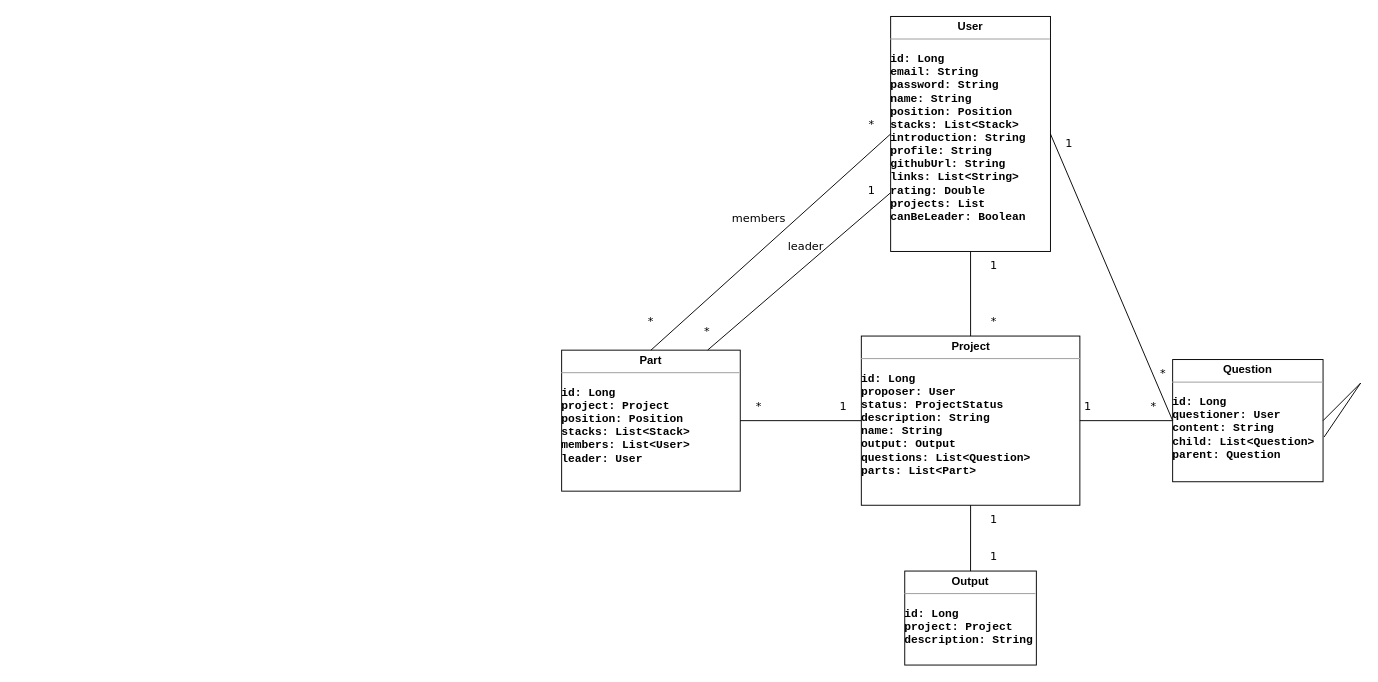
zelo0/cruit keeps this draw.io diagram as Untitled Diagram.drawio. Above is the earlier version. Source tidied: cells renumbered, new cells numbered last; positions are measured from the earlier drawing's top-left corner, leaving out a move shared by most shapes. Both pictures are drawn from the tidied source at 94%, with x=0, y=0 at pixel (561, 16).
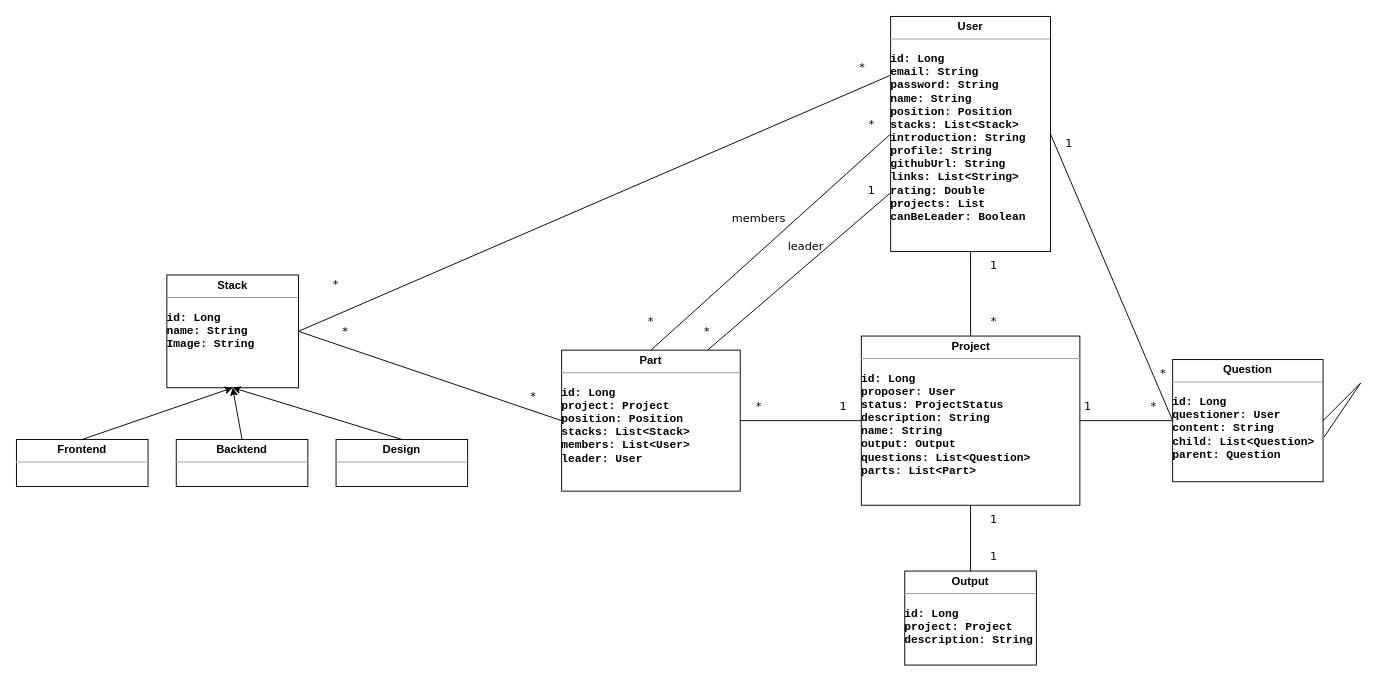
Above is the later version.

Commit message:
add stack table

The change refers to these unchanged cells:
```xml
<mxCell id="2" value="&lt;p style=&quot;margin: 0px ; margin-top: 4px ; text-align: center&quot;&gt;&lt;span&gt;User&lt;/span&gt;&lt;/p&gt;&lt;hr size=&quot;1&quot;&gt;&lt;p&gt;&lt;/p&gt;&lt;pre style=&quot;height: 2px ; line-height: 1.5&quot;&gt;&lt;span&gt;id: Long&lt;/span&gt;&lt;/pre&gt;&lt;pre style=&quot;height: 2px ; line-height: 1.5&quot;&gt;&lt;span&gt;email: String&lt;/span&gt;&lt;/pre&gt;&lt;pre style=&quot;height: 2px ; line-height: 1.5&quot;&gt;&lt;span&gt;password: String&lt;/span&gt;&lt;/pre&gt;&lt;pre style=&quot;height: 2px ; line-height: 1.5&quot;&gt;&lt;span&gt;name: String&lt;/span&gt;&lt;/pre&gt;&lt;pre style=&quot;height: 2px ; line-height: 1.5&quot;&gt;&lt;span&gt;position: Position&lt;/span&gt;&lt;/pre&gt;&lt;pre style=&quot;height: 2px ; line-height: 1.5&quot;&gt;&lt;span&gt;stacks: List&amp;lt;Stack&amp;gt;&lt;/span&gt;&lt;/pre&gt;&lt;pre style=&quot;height: 2px ; line-height: 1.5&quot;&gt;&lt;span&gt;introduction: String&lt;/span&gt;&lt;/pre&gt;&lt;pre style=&quot;height: 2px ; line-height: 1.5&quot;&gt;&lt;span&gt;profile: String&lt;/span&gt;&lt;/pre&gt;&lt;pre style=&quot;height: 2px ; line-height: 1.5&quot;&gt;&lt;span&gt;githubUrl: String&lt;/span&gt;&lt;/pre&gt;&lt;pre style=&quot;height: 2px ; line-height: 1.5&quot;&gt;&lt;span&gt;links: List&amp;lt;String&amp;gt;&lt;/span&gt;&lt;/pre&gt;&lt;pre style=&quot;height: 2px ; line-height: 1.5&quot;&gt;&lt;span&gt;rating: Double&lt;/span&gt;&lt;/pre&gt;&lt;pre style=&quot;height: 2px ; line-height: 1.5&quot;&gt;&lt;span&gt;projects: List&lt;/span&gt;&lt;/pre&gt;&lt;pre style=&quot;height: 2px ; line-height: 1.5&quot;&gt;&lt;span&gt;canBeLeader: Boolean&lt;/span&gt;&lt;/pre&gt;&lt;pre style=&quot;height: 2px ; line-height: 1.5&quot;&gt;&lt;span&gt;&lt;br&gt;&lt;/span&gt;&lt;/pre&gt;&lt;p&gt;&lt;/p&gt;" style="verticalAlign=top;align=left;overflow=fill;fontSize=12;fontFamily=Helvetica;html=1;horizontal=1;rounded=0;sketch=0;spacingLeft=0;labelBackgroundColor=none;labelBorderColor=none;fontStyle=1;spacingBottom=0;spacingRight=0;spacing=2;" parent="1" vertex="1">
  <mxGeometry x="350" width="170" height="250" as="geometry" />
</mxCell>
<mxCell id="19" value="&lt;p style=&quot;margin: 0px ; margin-top: 4px ; text-align: center&quot;&gt;&lt;b&gt;Part&lt;/b&gt;&lt;/p&gt;&lt;hr size=&quot;1&quot;&gt;&lt;p&gt;&lt;/p&gt;&lt;pre style=&quot;height: 2px ; line-height: 1.5&quot;&gt;&lt;b&gt;id: Long&lt;/b&gt;&lt;/pre&gt;&lt;pre style=&quot;height: 2px ; line-height: 1.5&quot;&gt;&lt;b&gt;project: Project&lt;/b&gt;&lt;/pre&gt;&lt;pre style=&quot;height: 2px ; line-height: 1.5&quot;&gt;&lt;b&gt;position: Position&lt;/b&gt;&lt;/pre&gt;&lt;pre style=&quot;height: 2px ; line-height: 1.5&quot;&gt;&lt;b&gt;stacks: List&amp;lt;Stack&amp;gt;&lt;/b&gt;&lt;/pre&gt;&lt;pre style=&quot;height: 2px ; line-height: 1.5&quot;&gt;&lt;b&gt;members: List&amp;lt;User&amp;gt;&lt;/b&gt;&lt;/pre&gt;&lt;pre style=&quot;height: 2px ; line-height: 1.5&quot;&gt;&lt;b&gt;leader: User&lt;/b&gt;&lt;/pre&gt;&lt;p&gt;&lt;/p&gt;" style="verticalAlign=top;align=left;overflow=fill;fontSize=12;fontFamily=Helvetica;html=1;" parent="1" vertex="1">
  <mxGeometry y="355" width="190" height="150" as="geometry" />
</mxCell>
```

Diff of the diagram source:
```diff
@@
+    <mxCell id="31" value="&lt;p style=&quot;margin: 0px ; margin-top: 4px ; text-align: center&quot;&gt;&lt;b&gt;Stack&lt;/b&gt;&lt;/p&gt;&lt;hr size=&quot;1&quot;&gt;&lt;p&gt;&lt;/p&gt;&lt;pre style=&quot;height: 2px ; line-height: 1.5&quot;&gt;&lt;b&gt;id: Long&lt;/b&gt;&lt;/pre&gt;&lt;pre style=&quot;height: 2px ; line-height: 1.5&quot;&gt;&lt;b&gt;name: String&lt;/b&gt;&lt;/pre&gt;&lt;pre style=&quot;height: 2px ; line-height: 1.5&quot;&gt;&lt;b&gt;Image: String&lt;/b&gt;&lt;/pre&gt;&lt;p&gt;&lt;/p&gt;" style="verticalAlign=top;align=left;overflow=fill;fontSize=12;fontFamily=Helvetica;html=1;" parent="1" vertex="1">
+      <mxGeometry x="-420" y="275" width="140" height="120" as="geometry" />
+    </mxCell>
+    <mxCell id="32" value="&lt;p style=&quot;margin: 0px ; margin-top: 4px ; text-align: center&quot;&gt;&lt;b&gt;Frontend&lt;/b&gt;&lt;/p&gt;&lt;hr size=&quot;1&quot;&gt;&lt;p&gt;&lt;/p&gt;&lt;pre style=&quot;height: 2px ; line-height: 1.5&quot;&gt;&lt;br&gt;&lt;/pre&gt;&lt;p&gt;&lt;/p&gt;" style="verticalAlign=top;align=left;overflow=fill;fontSize=12;fontFamily=Helvetica;html=1;" parent="1" vertex="1">
+      <mxGeometry x="-580" y="450" width="140" height="50" as="geometry" />
+    </mxCell>
+    <mxCell id="33" value="&lt;p style=&quot;margin: 0px ; margin-top: 4px ; text-align: center&quot;&gt;&lt;b&gt;Backtend&lt;/b&gt;&lt;/p&gt;&lt;hr size=&quot;1&quot;&gt;&lt;p&gt;&lt;/p&gt;&lt;pre style=&quot;height: 2px ; line-height: 1.5&quot;&gt;&lt;br&gt;&lt;/pre&gt;&lt;p&gt;&lt;/p&gt;" style="verticalAlign=top;align=left;overflow=fill;fontSize=12;fontFamily=Helvetica;html=1;" parent="1" vertex="1">
+      <mxGeometry x="-410" y="450" width="140" height="50" as="geometry" />
+    </mxCell>
+    <mxCell id="34" value="&lt;p style=&quot;margin: 0px ; margin-top: 4px ; text-align: center&quot;&gt;&lt;b&gt;Design&lt;/b&gt;&lt;/p&gt;&lt;hr size=&quot;1&quot;&gt;&lt;p&gt;&lt;/p&gt;&lt;pre style=&quot;height: 2px ; line-height: 1.5&quot;&gt;&lt;br&gt;&lt;/pre&gt;&lt;p&gt;&lt;/p&gt;" style="verticalAlign=top;align=left;overflow=fill;fontSize=12;fontFamily=Helvetica;html=1;" parent="1" vertex="1">
+      <mxGeometry x="-240" y="450" width="140" height="50" as="geometry" />
+    </mxCell>
+    <mxCell id="35" style="endArrow=classic;html=1;rounded=0;entryX=0.5;entryY=1;entryDx=0;entryDy=0;" parent="1" edge="1" target="31">
+      <mxGeometry relative="1" as="geometry">
+        <mxPoint x="-510" y="450" as="sourcePoint" />
+      </mxGeometry>
+    </mxCell>
+    <mxCell id="36" style="endArrow=classic;html=1;rounded=0;entryX=0.5;entryY=1;entryDx=0;entryDy=0;exitX=0.5;exitY=0;exitDx=0;exitDy=0;" parent="1" edge="1" source="34">
+      <mxGeometry relative="1" as="geometry">
+        <mxPoint x="-350" y="395" as="targetPoint" />
+      </mxGeometry>
+    </mxCell>
+    <mxCell id="37" style="endArrow=classic;html=1;rounded=0;exitX=0.5;exitY=0;exitDx=0;exitDy=0;entryX=0.5;entryY=1;entryDx=0;entryDy=0;" parent="1" edge="1" source="33" target="31">
+      <mxGeometry relative="1" as="geometry" />
+    </mxCell>
+    <mxCell id="38" style="endArrow=none;html=1;rounded=0;exitX=1;exitY=0.5;exitDx=0;exitDy=0;entryX=0;entryY=0.25;entryDx=0;entryDy=0;" parent="1" edge="1" source="31" target="2">
+      <mxGeometry relative="1" as="geometry" />
+    </mxCell>
+    <mxCell id="39" value="*" style="text;html=1;strokeColor=none;fillColor=none;align=center;verticalAlign=middle;whiteSpace=wrap;rounded=0;labelBackgroundColor=none;labelBorderColor=none;sketch=0;fontFamily=Verdana;fontSize=12;" parent="1" vertex="1">
+      <mxGeometry x="-270" y="270" width="60" height="30" as="geometry" />
+    </mxCell>
+    <mxCell id="40" value="*" style="text;html=1;strokeColor=none;fillColor=none;align=center;verticalAlign=middle;whiteSpace=wrap;rounded=0;labelBackgroundColor=none;labelBorderColor=none;sketch=0;fontFamily=Verdana;fontSize=12;" parent="1" vertex="1">
+      <mxGeometry x="290" y="40" width="60" height="30" as="geometry" />
+    </mxCell>
+    <mxCell id="41" style="endArrow=none;html=1;rounded=0;exitX=1;exitY=0.5;exitDx=0;exitDy=0;entryX=0;entryY=0.5;entryDx=0;entryDy=0;" parent="1" edge="1" source="31" target="19">
+      <mxGeometry relative="1" as="geometry" />
+    </mxCell>
+    <mxCell id="42" value="*" style="text;html=1;strokeColor=none;fillColor=none;align=center;verticalAlign=middle;whiteSpace=wrap;rounded=0;labelBackgroundColor=none;labelBorderColor=none;sketch=0;fontFamily=Verdana;fontSize=12;" parent="1" vertex="1">
+      <mxGeometry x="-260" y="320" width="60" height="30" as="geometry" />
+    </mxCell>
+    <mxCell id="43" value="*" style="text;html=1;strokeColor=none;fillColor=none;align=center;verticalAlign=middle;whiteSpace=wrap;rounded=0;labelBackgroundColor=none;labelBorderColor=none;sketch=0;fontFamily=Verdana;fontSize=12;" parent="1" vertex="1">
+      <mxGeometry x="-60" y="390" width="60" height="30" as="geometry" />
+    </mxCell>
```
